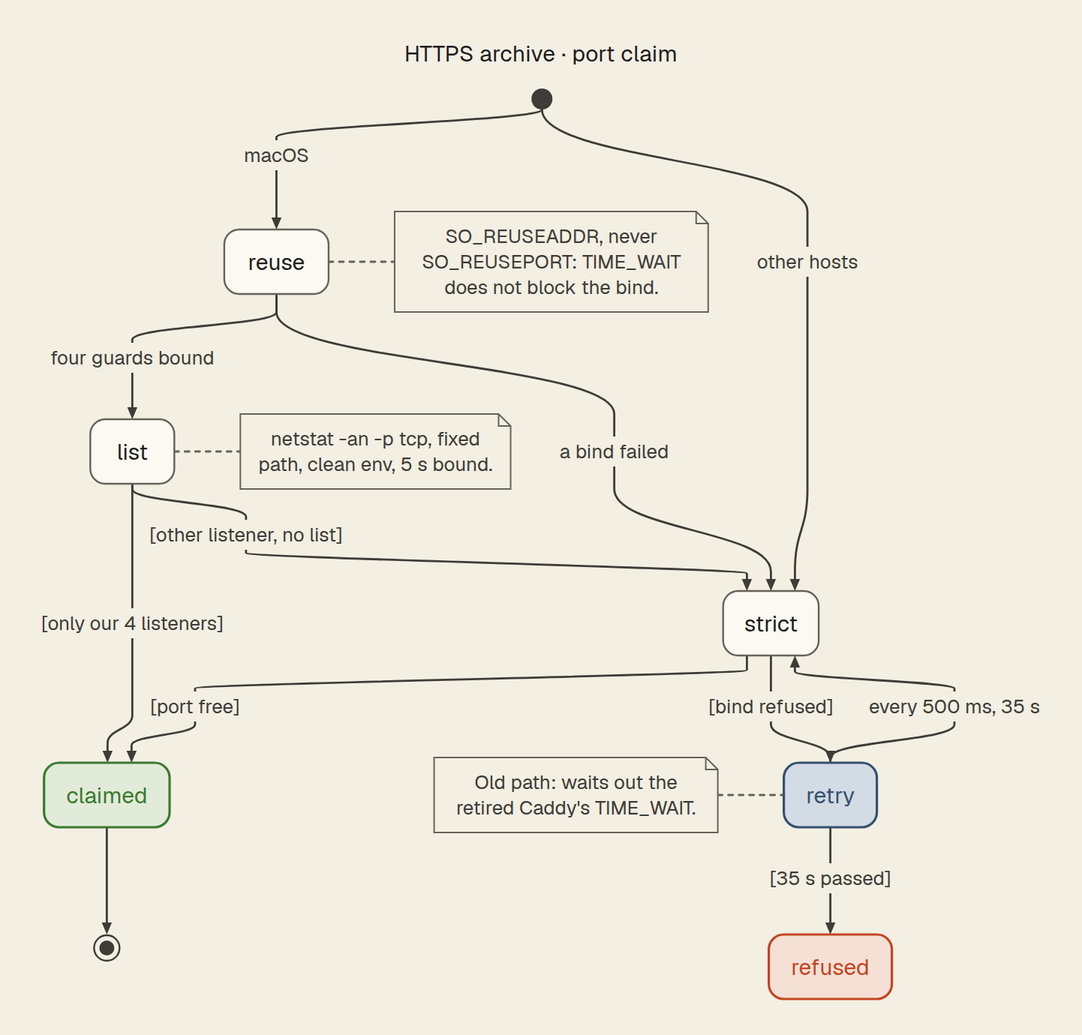
This is docs/diagrams/https-port-claim.png from hack-dance/hack, a Mermaid export, as it was before one commit. Its source is kept beside it as docs/diagrams/https-port-claim.mmd.
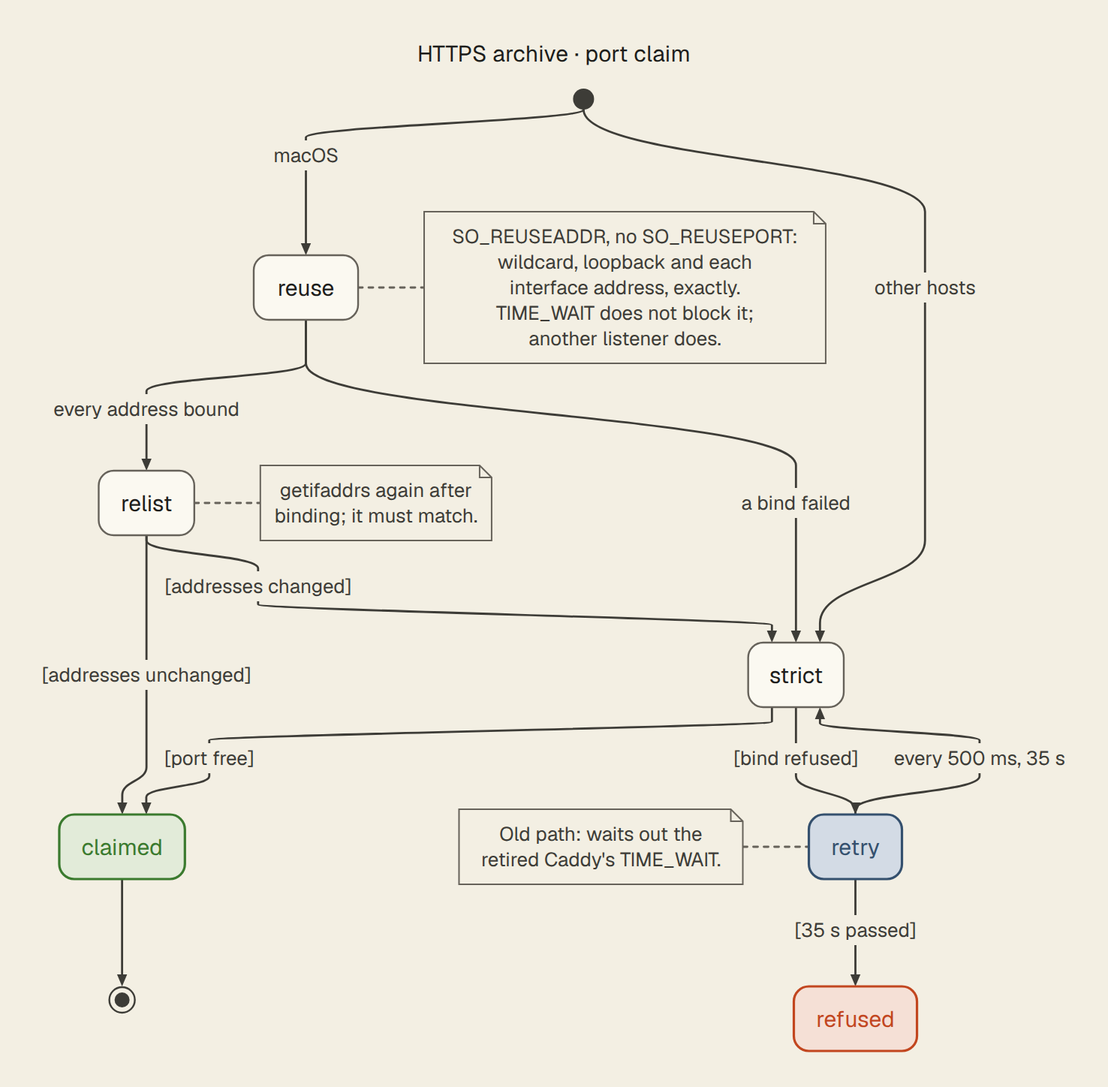
The same diagram one commit later.

Commit message:
fix(native): claim every local address exactly instead of reading the TCP listener list (HACK-2550)

Diff of the diagram source:
```diff
@@ -9,11 +9,11 @@
 
     [*] --> reuse : macOS
     [*] --> strict : other hosts
-    reuse --> list : four guards bound
+    reuse --> relist : every address bound
     reuse --> strict : a bind failed
-    state list <<choice>>
-    list --> claimed : [only our 4 listeners]
-    list --> strict : [other listener, no list]
+    state relist <<choice>>
+    relist --> claimed : [addresses unchanged]
+    relist --> strict : [addresses changed]
     strict --> claimed : [port free]
     strict --> retry : [bind refused]
     retry --> strict : every 500 ms, 35 s
@@ -21,13 +21,15 @@
     claimed --> [*]
 
     note right of reuse
-        SO_REUSEADDR, never
-        SO_REUSEPORT: TIME_WAIT
-        does not block the bind.
+        SO_REUSEADDR, no SO_REUSEPORT:
+        wildcard, loopback and each
+        interface address, exactly.
+        TIME_WAIT does not block it;
+        another listener does.
     end note
-    note right of list
-        netstat -an -p tcp, fixed
-        path, clean env, 5 s bound.
+    note right of relist
+        getifaddrs again after
+        binding; it must match.
     end note
     note left of retry
         Old path: waits out the
```
